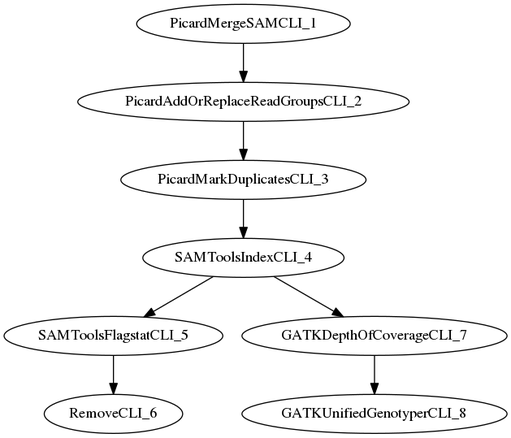
The Graphviz diagram src/site/resources/images/workflow.dag.png in jdr0887/MaPSeq-Pipeline-NCNEXUS38-MergeVC, before a commit. Its source is kept beside it as src/site/resources/images/workflow.dag.dot.
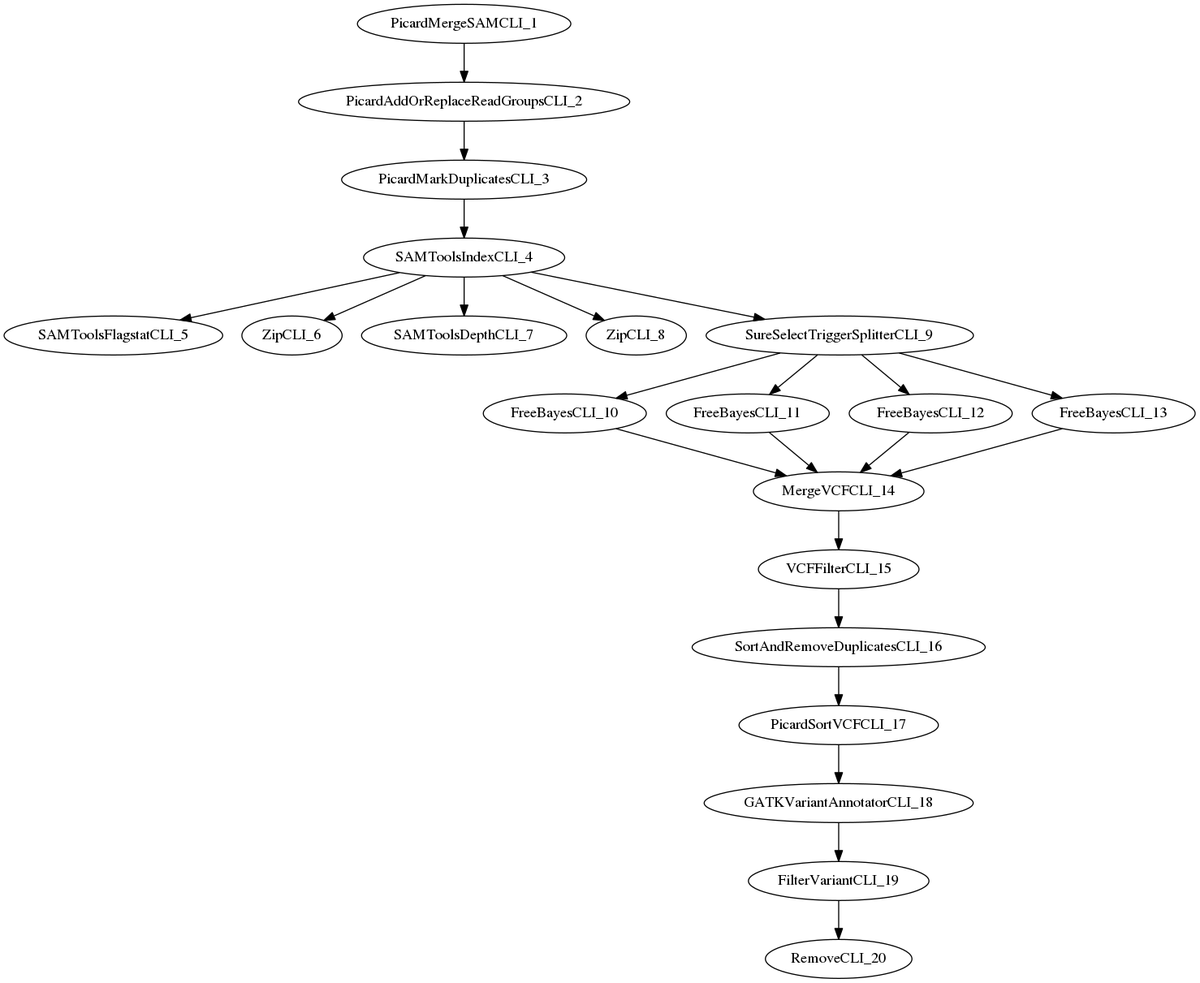
After the commit.

What changed in the source:
```diff
@@ -4,14 +4,41 @@
   PicardMarkDuplicatesCLI_3 [ label="PicardMarkDuplicatesCLI_3" ];
   SAMToolsIndexCLI_4 [ label="SAMToolsIndexCLI_4" ];
   SAMToolsFlagstatCLI_5 [ label="SAMToolsFlagstatCLI_5" ];
-  RemoveCLI_6 [ label="RemoveCLI_6" ];
-  GATKDepthOfCoverageCLI_7 [ label="GATKDepthOfCoverageCLI_7" ];
-  GATKUnifiedGenotyperCLI_8 [ label="GATKUnifiedGenotyperCLI_8" ];
+  ZipCLI_6 [ label="ZipCLI_6" ];
+  SAMToolsDepthCLI_7 [ label="SAMToolsDepthCLI_7" ];
+  ZipCLI_8 [ label="ZipCLI_8" ];
+  SureSelectTriggerSplitterCLI_9 [ label="SureSelectTriggerSplitterCLI_9" ];
+  FreeBayesCLI_10 [ label="FreeBayesCLI_10" ];
+  FreeBayesCLI_11 [ label="FreeBayesCLI_11" ];
+  FreeBayesCLI_12 [ label="FreeBayesCLI_12" ];
+  FreeBayesCLI_13 [ label="FreeBayesCLI_13" ];
+  MergeVCFCLI_14 [ label="MergeVCFCLI_14" ];
+  VCFFilterCLI_15 [ label="VCFFilterCLI_15" ];
+  SortAndRemoveDuplicatesCLI_16 [ label="SortAndRemoveDuplicatesCLI_16" ];
+  PicardSortVCFCLI_17 [ label="PicardSortVCFCLI_17" ];
+  GATKVariantAnnotatorCLI_18 [ label="GATKVariantAnnotatorCLI_18" ];
+  FilterVariantCLI_19 [ label="FilterVariantCLI_19" ];
+  RemoveCLI_20 [ label="RemoveCLI_20" ];
   PicardMergeSAMCLI_1 -> PicardAddOrReplaceReadGroupsCLI_2;
   PicardAddOrReplaceReadGroupsCLI_2 -> PicardMarkDuplicatesCLI_3;
   PicardMarkDuplicatesCLI_3 -> SAMToolsIndexCLI_4;
   SAMToolsIndexCLI_4 -> SAMToolsFlagstatCLI_5;
-  SAMToolsFlagstatCLI_5 -> RemoveCLI_6;
-  SAMToolsIndexCLI_4 -> GATKDepthOfCoverageCLI_7;
-  GATKDepthOfCoverageCLI_7 -> GATKUnifiedGenotyperCLI_8;
+  SAMToolsIndexCLI_4 -> ZipCLI_6;
+  SAMToolsIndexCLI_4 -> SAMToolsDepthCLI_7;
+  SAMToolsIndexCLI_4 -> ZipCLI_8;
+  SAMToolsIndexCLI_4 -> SureSelectTriggerSplitterCLI_9;
+  SureSelectTriggerSplitterCLI_9 -> FreeBayesCLI_10;
+  SureSelectTriggerSplitterCLI_9 -> FreeBayesCLI_11;
+  SureSelectTriggerSplitterCLI_9 -> FreeBayesCLI_12;
+  SureSelectTriggerSplitterCLI_9 -> FreeBayesCLI_13;
+  FreeBayesCLI_10 -> MergeVCFCLI_14;
+  FreeBayesCLI_11 -> MergeVCFCLI_14;
+  FreeBayesCLI_12 -> MergeVCFCLI_14;
+  FreeBayesCLI_13 -> MergeVCFCLI_14;
+  MergeVCFCLI_14 -> VCFFilterCLI_15;
+  VCFFilterCLI_15 -> SortAndRemoveDuplicatesCLI_16;
+  SortAndRemoveDuplicatesCLI_16 -> PicardSortVCFCLI_17;
+  PicardSortVCFCLI_17 -> GATKVariantAnnotatorCLI_18;
+  GATKVariantAnnotatorCLI_18 -> FilterVariantCLI_19;
+  FilterVariantCLI_19 -> RemoveCLI_20;
 }
```
